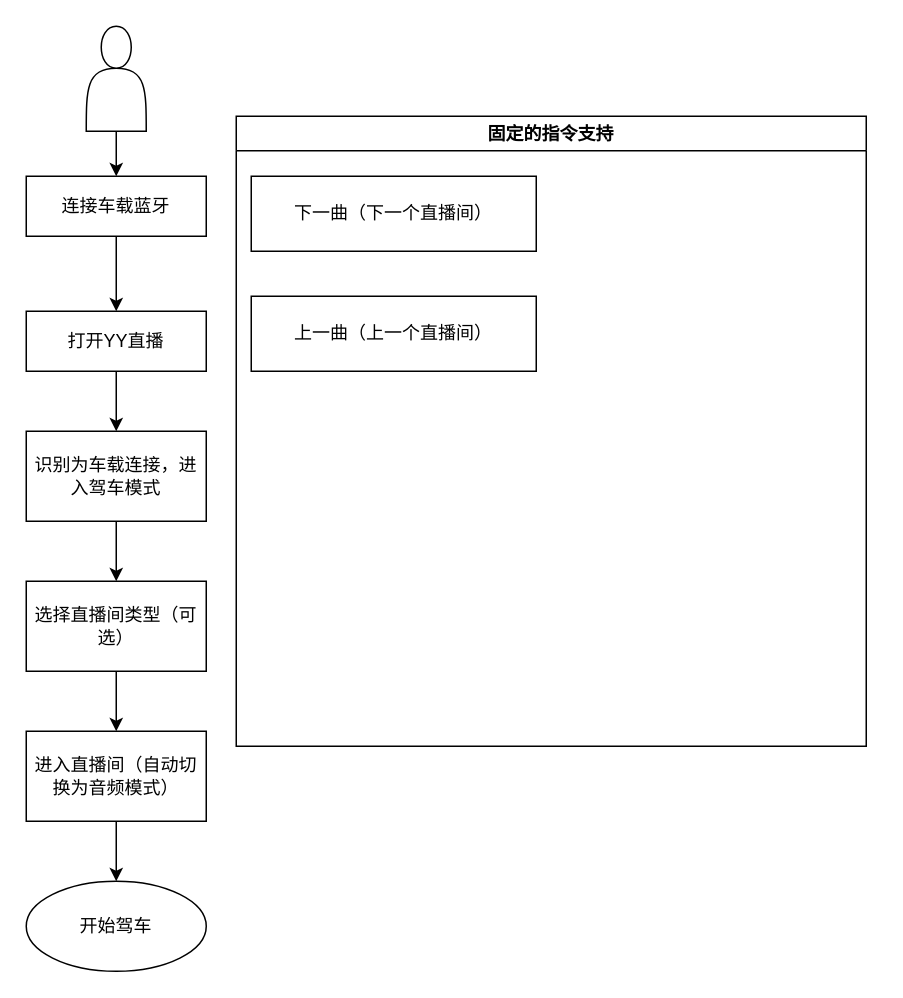
vince-styling/ellipsize-textview-android keeps this draw.io diagram as Untitled Diagram.drawio. Above is the earlier version. Source tidied: cells renumbered, new cells numbered last; positions are measured from the earlier drawing's top-left corner, leaving out a move shared by most shapes. Both pictures are drawn from the tidied source at 150%, with x=0, y=0 at pixel (26, 26).
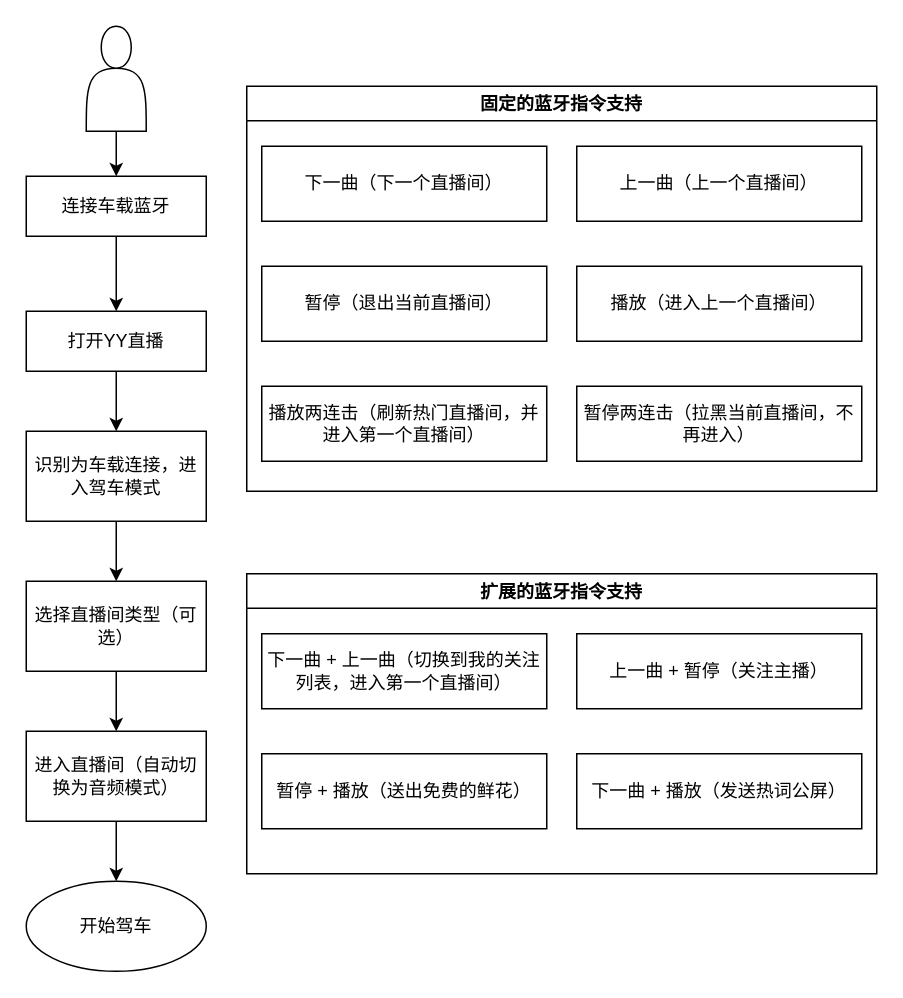
The same diagram, later.

The edit, as a diff of the source:
```diff
@@
-    <mxCell id="15" value="固定的指令支持" style="swimlane;" parent="1" vertex="1">
-      <mxGeometry x="140" y="60" width="420" height="420" as="geometry" />
+    <mxCell id="15" value="固定的蓝牙指令支持" style="swimlane;" parent="1" vertex="1">
+      <mxGeometry x="147" y="40" width="420" height="270" as="geometry" />
     </mxCell>
@@
     <mxCell id="17" value="上一曲（上一个直播间）" style="whiteSpace=wrap;html=1;" parent="15" vertex="1">
-      <mxGeometry x="10" y="120" width="190" height="50" as="geometry" />
+      <mxGeometry x="220" y="40" width="190" height="50" as="geometry" />
     </mxCell>
+    <mxCell id="18" value="暂停（退出当前直播间）" style="whiteSpace=wrap;html=1;" parent="15" vertex="1">
+      <mxGeometry x="10" y="120" width="190" height="50" as="geometry" />
+    </mxCell>
+    <mxCell id="19" value="播放（进入上一个直播间）" style="whiteSpace=wrap;html=1;" parent="15" vertex="1">
+      <mxGeometry x="220" y="120" width="190" height="50" as="geometry" />
+    </mxCell>
+    <mxCell id="20" value="播放两连击（刷新热门直播间，并进入第一个直播间）" style="whiteSpace=wrap;html=1;" parent="15" vertex="1">
+      <mxGeometry x="10" y="200" width="190" height="50" as="geometry" />
+    </mxCell>
+    <mxCell id="21" value="暂停两连击（拉黑当前直播间，不再进入）" style="whiteSpace=wrap;html=1;" parent="15" vertex="1">
+      <mxGeometry x="220" y="200" width="190" height="50" as="geometry" />
+    </mxCell>
+    <mxCell id="22" value="扩展的蓝牙指令支持" style="swimlane;" parent="1" vertex="1">
+      <mxGeometry x="147" y="365" width="420" height="200" as="geometry" />
+    </mxCell>
+    <mxCell id="23" value="下一曲 + 上一曲（切换到我的关注列表，进入第一个直播间）" style="whiteSpace=wrap;html=1;" parent="22" vertex="1">
+      <mxGeometry x="10" y="40" width="190" height="50" as="geometry" />
+    </mxCell>
+    <mxCell id="24" value="上一曲 + 暂停（关注主播）" style="whiteSpace=wrap;html=1;" parent="22" vertex="1">
+      <mxGeometry x="220" y="40" width="190" height="50" as="geometry" />
+    </mxCell>
+    <mxCell id="25" value="暂停 + 播放（送出免费的鲜花）" style="whiteSpace=wrap;html=1;" parent="22" vertex="1">
+      <mxGeometry x="10" y="120" width="190" height="50" as="geometry" />
+    </mxCell>
+    <mxCell id="26" value="下一曲 + 播放（发送热词公屏）" style="whiteSpace=wrap;html=1;" parent="22" vertex="1">
+      <mxGeometry x="220" y="120" width="190" height="50" as="geometry" />
+    </mxCell>
```
